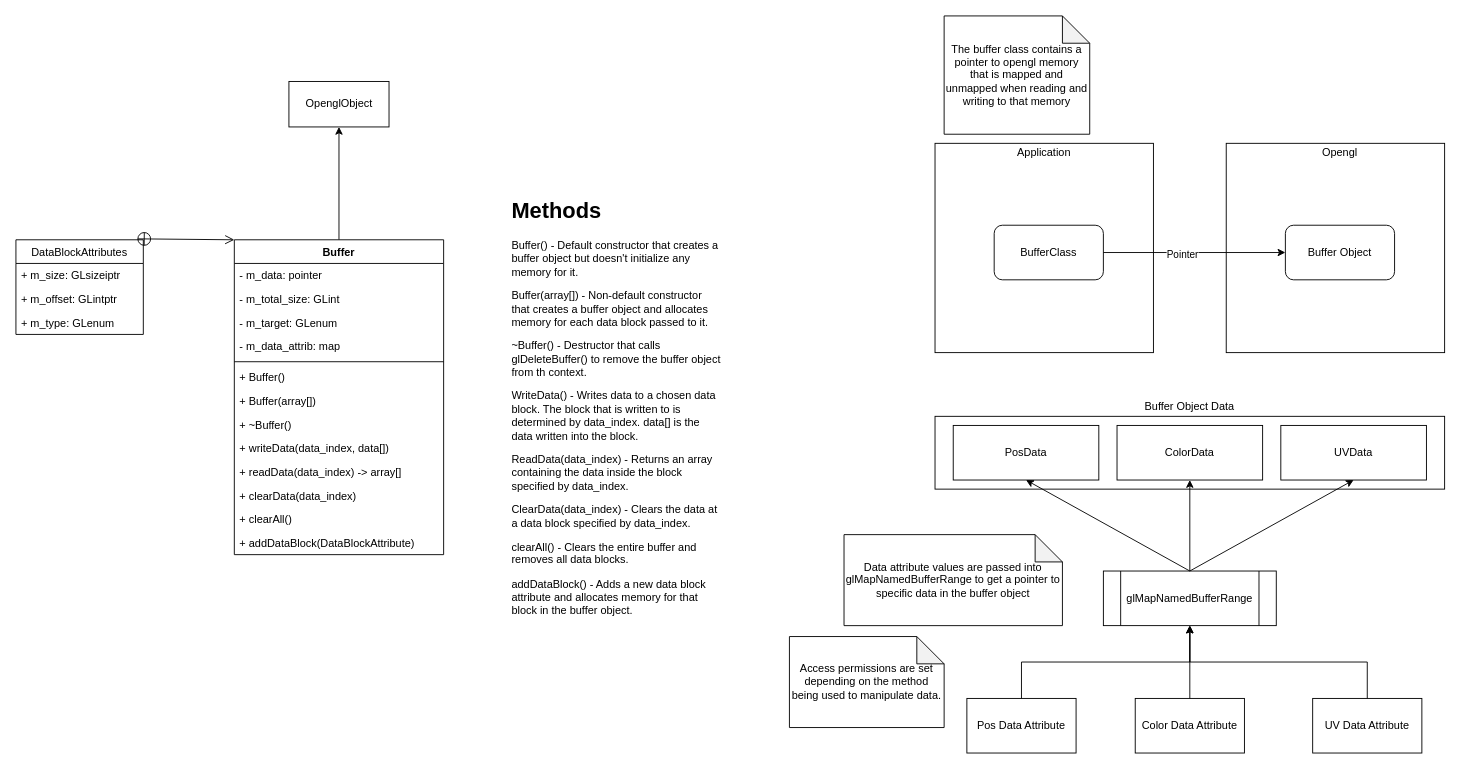
The draw.io diagram docs/buffer.drawio in LowFire/blazer3d, before the edit. Source tidied: cells renumbered, new cells numbered last; positions are measured from the earlier drawing's top-left corner, leaving out a move shared by most shapes. Both pictures are drawn from the tidied source at 91%, with x=0, y=0 at pixel (15, 15).
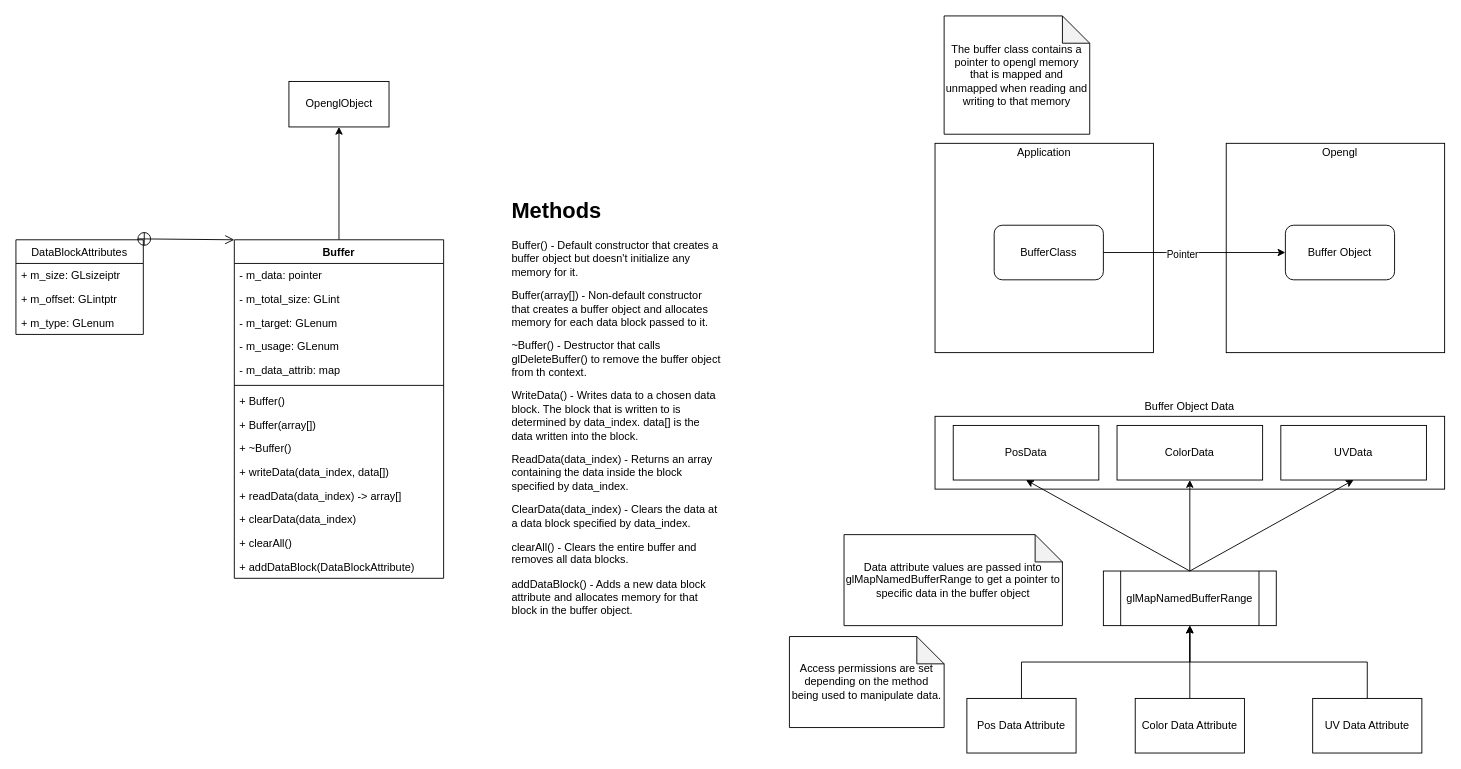
After the change.

The edit, as a diff of the source:
```diff
@@
     <mxCell id="3" value="Buffer" style="swimlane;fontStyle=1;align=center;verticalAlign=top;horizontal=1;startSize=26;" parent="1" vertex="1">
-      <mxGeometry x="240" y="246" width="230" height="346" as="geometry" />
+      <mxGeometry x="240" y="246" width="230" height="372" as="geometry" />
     </mxCell>
@@
+    <mxCell id="50" value="- m_target: GLenum" style="text;strokeColor=none;fillColor=none;align=left;verticalAlign=top;spacingLeft=4;spacingRight=4;overflow=hidden;" parent="3" vertex="1">
+      <mxGeometry y="78" width="230" height="26" as="geometry" />
+    </mxCell>
-    <mxCell id="6" value="- m_target: GLenum" style="text;strokeColor=none;fillColor=none;align=left;verticalAlign=top;spacingLeft=4;spacingRight=4;overflow=hidden;" parent="3" vertex="1">
-      <mxGeometry y="78" width="230" height="26" as="geometry" />
+    <mxCell id="6" value="- m_usage: GLenum" style="text;strokeColor=none;fillColor=none;align=left;verticalAlign=top;spacingLeft=4;spacingRight=4;overflow=hidden;" parent="3" vertex="1">
+      <mxGeometry y="104" width="230" height="26" as="geometry" />
     </mxCell>
     <mxCell id="7" value="- m_data_attrib: map" style="text;strokeColor=none;fillColor=none;align=left;verticalAlign=top;spacingLeft=4;spacingRight=4;overflow=hidden;" parent="3" vertex="1">
-      <mxGeometry y="104" width="230" height="26" as="geometry" />
+      <mxGeometry y="130" width="230" height="26" as="geometry" />
     </mxCell>
     <mxCell id="8" style="line;strokeWidth=1;fillColor=none;align=left;verticalAlign=middle;spacingTop=-1;spacingLeft=3;spacingRight=3;labelPosition=right;" parent="3" vertex="1">
-      <mxGeometry y="130" width="230" height="8" as="geometry" />
+      <mxGeometry y="156" width="230" height="8" as="geometry" />
     </mxCell>
     <mxCell id="9" value="+ Buffer()" style="text;strokeColor=none;fillColor=none;align=left;verticalAlign=top;spacingLeft=4;spacingRight=4;overflow=hidden;" parent="3" vertex="1">
-      <mxGeometry y="138" width="230" height="26" as="geometry" />
+      <mxGeometry y="164" width="230" height="26" as="geometry" />
     </mxCell>
     <mxCell id="10" value="+ Buffer(array[])" style="text;strokeColor=none;fillColor=none;align=left;verticalAlign=top;spacingLeft=4;spacingRight=4;overflow=hidden;" parent="3" vertex="1">
-      <mxGeometry y="164" width="230" height="26" as="geometry" />
+      <mxGeometry y="190" width="230" height="26" as="geometry" />
     </mxCell>
     <mxCell id="11" value="+ ~Buffer()" style="text;strokeColor=none;fillColor=none;align=left;verticalAlign=top;spacingLeft=4;spacingRight=4;overflow=hidden;" parent="3" vertex="1">
-      <mxGeometry y="190" width="230" height="26" as="geometry" />
+      <mxGeometry y="216" width="230" height="26" as="geometry" />
     </mxCell>
     <mxCell id="12" value="+ writeData(data_index, data[])" style="text;strokeColor=none;fillColor=none;align=left;verticalAlign=top;spacingLeft=4;spacingRight=4;overflow=hidden;" parent="3" vertex="1">
-      <mxGeometry y="216" width="230" height="26" as="geometry" />
+      <mxGeometry y="242" width="230" height="26" as="geometry" />
     </mxCell>
     <mxCell id="13" value="+ readData(data_index) -&gt; array[]" style="text;strokeColor=none;fillColor=none;align=left;verticalAlign=top;spacingLeft=4;spacingRight=4;overflow=hidden;" parent="3" vertex="1">
-      <mxGeometry y="242" width="230" height="26" as="geometry" />
+      <mxGeometry y="268" width="230" height="26" as="geometry" />
     </mxCell>
     <mxCell id="14" value="+ clearData(data_index)" style="text;strokeColor=none;fillColor=none;align=left;verticalAlign=top;spacingLeft=4;spacingRight=4;overflow=hidden;" parent="3" vertex="1">
-      <mxGeometry y="268" width="230" height="26" as="geometry" />
+      <mxGeometry y="294" width="230" height="26" as="geometry" />
     </mxCell>
     <mxCell id="15" value="+ clearAll()" style="text;strokeColor=none;fillColor=none;align=left;verticalAlign=top;spacingLeft=4;spacingRight=4;overflow=hidden;" parent="3" vertex="1">
-      <mxGeometry y="294" width="230" height="26" as="geometry" />
+      <mxGeometry y="320" width="230" height="26" as="geometry" />
     </mxCell>
     <mxCell id="16" value="+ addDataBlock(DataBlockAttribute)" style="text;strokeColor=none;fillColor=none;align=left;verticalAlign=top;spacingLeft=4;spacingRight=4;overflow=hidden;" parent="3" vertex="1">
-      <mxGeometry y="320" width="230" height="26" as="geometry" />
+      <mxGeometry y="346" width="230" height="26" as="geometry" />
     </mxCell>
```
